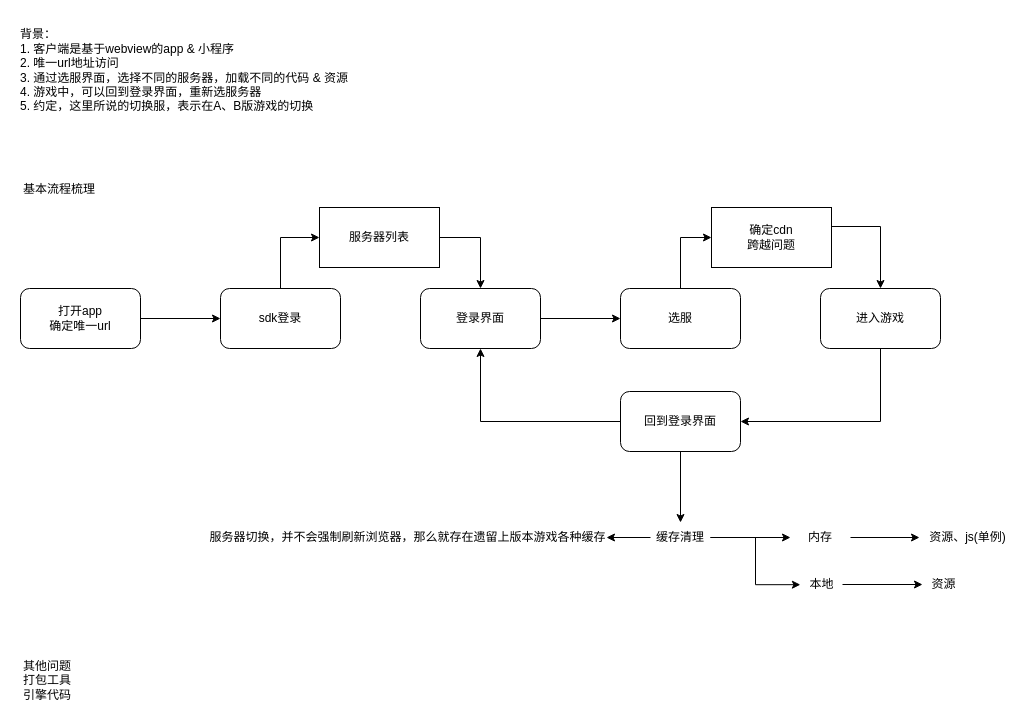
breezerzxq/Diagram keeps this draw.io diagram as page "融合代码" (3 of 3) of aigc/aigc.drawio. Above is the earlier version. Source tidied: cells renumbered, new cells numbered last; positions are measured from the earlier drawing's top-left corner, leaving out a move shared by most shapes. Both pictures are drawn from the tidied source at 100%, with x=0, y=0 at pixel (18, 21).
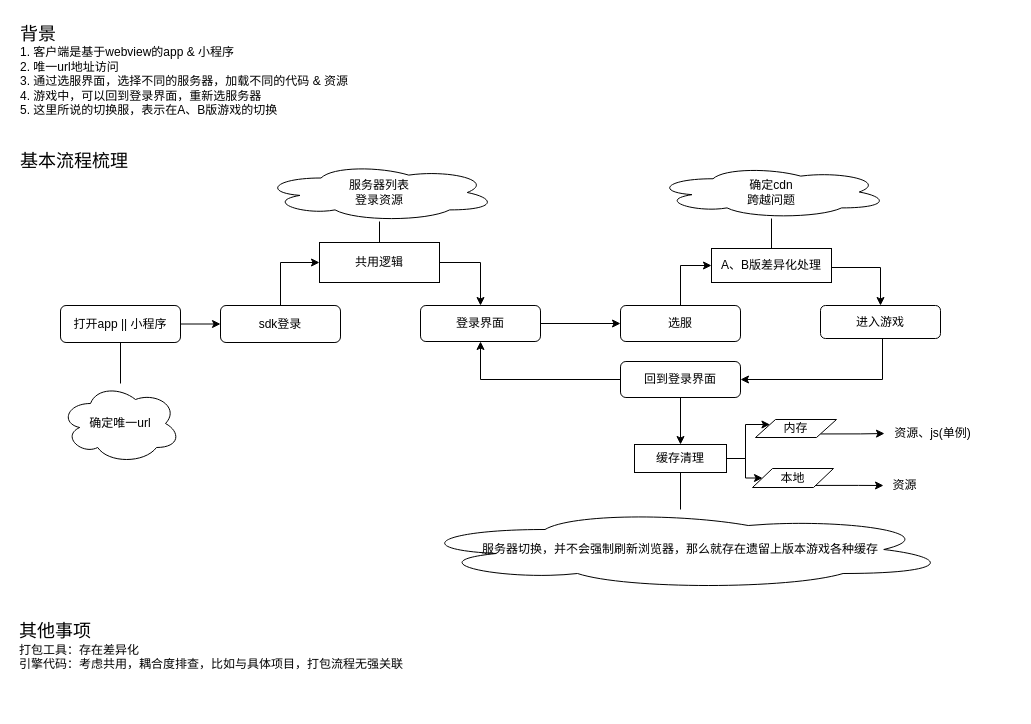
Above is the later version.

The edit, as a diff of the source:
```diff
@@
-    <mxCell id="2" value="背景：&lt;br&gt;&lt;div&gt;1. 客户端是基于webview的app &amp;amp; 小程序&lt;/div&gt;&lt;div&gt;2. 唯一url地址访问&lt;/div&gt;&lt;div&gt;3. 通过选服界面，选择不同的服务器，加载不同的代码 &amp;amp; 资源&lt;/div&gt;&lt;div&gt;4. 游戏中，可以回到登录界面，重新选服务器&lt;/div&gt;&lt;div&gt;5. 约定，这里所说的切换服，表示在A、B版游戏的切换&lt;/div&gt;" style="text;html=1;align=left;verticalAlign=middle;strokeColor=none;fillColor=none;" parent="1" vertex="1">
-      <mxGeometry width="346" height="98" as="geometry" />
+    <mxCell id="2" value="&lt;font style=&quot;font-size: 18px;&quot;&gt;背景&lt;/font&gt;&lt;br&gt;&lt;div&gt;1. 客户端是基于webview的app &amp;amp; 小程序&lt;/div&gt;&lt;div&gt;2. 唯一url地址访问&lt;/div&gt;&lt;div&gt;3. 通过选服界面，选择不同的服务器，加载不同的代码 &amp;amp; 资源&lt;/div&gt;&lt;div&gt;4. 游戏中，可以回到登录界面，重新选服务器&lt;/div&gt;&lt;div&gt;5. 这里所说的切换服，表示在A、B版游戏的切换&lt;/div&gt;" style="text;html=1;align=left;verticalAlign=middle;strokeColor=none;fillColor=none;" parent="1" vertex="1">
+      <mxGeometry y="-4" width="346" height="106" as="geometry" />
     </mxCell>
-    <mxCell id="3" value="基本流程梳理" style="text;html=1;align=left;verticalAlign=middle;strokeColor=none;fillColor=none;" parent="1" vertex="1">
-      <mxGeometry x="3" y="155" width="90" height="26" as="geometry" />
+    <mxCell id="3" value="&lt;font style=&quot;font-size: 18px;&quot;&gt;基本流程梳理&lt;/font&gt;" style="text;html=1;align=left;verticalAlign=middle;strokeColor=none;fillColor=none;" parent="1" vertex="1">
+      <mxGeometry y="123" width="126" height="34" as="geometry" />
     </mxCell>
@@
+    <mxCell id="33" style="edgeStyle=orthogonalEdgeStyle;rounded=0;jettySize=auto;html=1;endArrow=none;endFill=0;" parent="1" edge="1" source="5" target="36">
+      <mxGeometry relative="1" as="geometry" />
+    </mxCell>
-    <mxCell id="5" value="打开app&lt;br&gt;确定唯一url" style="rounded=1;whiteSpace=wrap;html=1;" parent="1" vertex="1">
-      <mxGeometry x="2" y="267" width="120" height="60" as="geometry" />
+    <mxCell id="5" value="打开app || 小程序" style="rounded=1;whiteSpace=wrap;html=1;" parent="1" vertex="1">
+      <mxGeometry x="42" y="284" width="120" height="37" as="geometry" />
     </mxCell>
@@
     <mxCell id="7" value="sdk登录" style="whiteSpace=wrap;html=1;rounded=1;" parent="1" vertex="1">
-      <mxGeometry x="202" y="267" width="120" height="60" as="geometry" />
+      <mxGeometry x="202" y="284" width="120" height="37" as="geometry" />
     </mxCell>
@@
     <mxCell id="9" value="登录界面" style="whiteSpace=wrap;html=1;rounded=1;" parent="1" vertex="1">
-      <mxGeometry x="402" y="267" width="120" height="60" as="geometry" />
+      <mxGeometry x="402" y="284" width="120" height="36" as="geometry" />
     </mxCell>
@@
     <mxCell id="11" value="选服" style="whiteSpace=wrap;html=1;rounded=1;" parent="1" vertex="1">
-      <mxGeometry x="602" y="267" width="120" height="60" as="geometry" />
+      <mxGeometry x="602" y="284" width="120" height="36" as="geometry" />
     </mxCell>
     <mxCell id="12" style="edgeStyle=orthogonalEdgeStyle;rounded=0;jettySize=auto;html=1;entryX=1;entryY=0.5;entryDx=0;entryDy=0;" parent="1" edge="1" source="13" target="16">
       <mxGeometry relative="1" as="geometry">
         <Array as="points">
-          <mxPoint x="862" y="400" />
+          <mxPoint x="864" y="358" />
         </Array>
       </mxGeometry>
     </mxCell>
     <mxCell id="13" value="进入游戏" style="whiteSpace=wrap;html=1;rounded=1;" parent="1" vertex="1">
-      <mxGeometry x="802" y="267" width="120" height="60" as="geometry" />
+      <mxGeometry x="802" y="284" width="120" height="33" as="geometry" />
     </mxCell>
@@
     <mxCell id="16" value="回到登录界面" style="whiteSpace=wrap;html=1;rounded=1;" parent="1" vertex="1">
-      <mxGeometry x="602" y="370" width="120" height="60" as="geometry" />
+      <mxGeometry x="602" y="340" width="120" height="36" as="geometry" />
     </mxCell>
-    <mxCell id="17" style="edgeStyle=orthogonalEdgeStyle;rounded=0;jettySize=auto;html=1;" parent="1" edge="1" source="19" target="21">
-      <mxGeometry relative="1" as="geometry" />
-    </mxCell>
-    <mxCell id="18" style="edgeStyle=orthogonalEdgeStyle;rounded=0;jettySize=auto;html=1;" parent="1" edge="1" source="19" target="27">
+    <mxCell id="18" style="edgeStyle=orthogonalEdgeStyle;rounded=0;jettySize=auto;html=1;endArrow=none;endFill=0;" parent="1" edge="1" source="19" target="27">
       <mxGeometry relative="1" as="geometry" />
     </mxCell>
-    <mxCell id="19" value="缓存清理" style="text;html=1;align=center;verticalAlign=middle;whiteSpace=wrap;rounded=0;" parent="1" vertex="1">
-      <mxGeometry x="632" y="501" width="60" height="30" as="geometry" />
-    </mxCell>
-    <mxCell id="20" style="edgeStyle=orthogonalEdgeStyle;rounded=0;jettySize=auto;html=1;" parent="1" edge="1" source="21" target="26">
+    <mxCell id="20" style="edgeStyle=orthogonalEdgeStyle;rounded=0;jettySize=auto;html=1;exitX=1;exitY=1;exitDx=0;exitDy=0;" parent="1" edge="1" source="21" target="26">
       <mxGeometry relative="1" as="geometry" />
     </mxCell>
-    <mxCell id="21" value="内存" style="text;html=1;align=center;verticalAlign=middle;whiteSpace=wrap;rounded=0;" parent="1" vertex="1">
-      <mxGeometry x="772" y="501" width="60" height="30" as="geometry" />
-    </mxCell>
-    <mxCell id="22" style="edgeStyle=orthogonalEdgeStyle;rounded=0;jettySize=auto;html=1;" parent="1" edge="1" source="23" target="25">
+    <mxCell id="22" style="edgeStyle=orthogonalEdgeStyle;rounded=0;jettySize=auto;html=1;exitX=0.665;exitY=0.891;exitDx=0;exitDy=0;exitPerimeter=0;" parent="1" edge="1" source="23" target="25">
       <mxGeometry relative="1" as="geometry" />
     </mxCell>
-    <mxCell id="23" value="本地" style="text;html=1;align=center;verticalAlign=middle;points=[];strokeColor=none;fillColor=none;" parent="1" vertex="1">
-      <mxGeometry x="782" y="550" width="42" height="26" as="geometry" />
-    </mxCell>
-    <mxCell id="24" style="edgeStyle=orthogonalEdgeStyle;rounded=0;jettySize=auto;html=1;entryX=-0.003;entryY=0.507;entryDx=0;entryDy=0;entryPerimeter=0;" parent="1" edge="1" source="19" target="23">
-      <mxGeometry relative="1" as="geometry" />
-    </mxCell>
     <mxCell id="25" value="资源" style="text;html=1;align=center;verticalAlign=middle;points=[];strokeColor=none;fillColor=none;" parent="1" vertex="1">
-      <mxGeometry x="904" y="550" width="42" height="26" as="geometry" />
+      <mxGeometry x="865" y="451" width="42" height="26" as="geometry" />
     </mxCell>
     <mxCell id="26" value="资源、js(单例)" style="text;html=1;align=center;verticalAlign=middle;points=[];strokeColor=none;fillColor=none;" parent="1" vertex="1">
-      <mxGeometry x="901" y="503" width="95" height="26" as="geometry" />
+      <mxGeometry x="866" y="399" width="95" height="26" as="geometry" />
     </mxCell>
-    <mxCell id="27" value="&lt;span style=&quot;text-align: left; text-wrap-mode: nowrap;&quot;&gt;服务器切换，并不会强制刷新浏览器，那么就存在遗留上版本游戏各种缓存&lt;/span&gt;" style="text;html=1;align=center;verticalAlign=middle;whiteSpace=wrap;rounded=0;" parent="1" vertex="1">
-      <mxGeometry x="191" y="501" width="397" height="30" as="geometry" />
-    </mxCell>
     <mxCell id="28" style="edgeStyle=orthogonalEdgeStyle;rounded=0;jettySize=auto;html=1;" parent="1" edge="1" source="29" target="13">
       <mxGeometry relative="1" as="geometry">
         <Array as="points">
-          <mxPoint x="862" y="205" />
+          <mxPoint x="862" y="246" />
         </Array>
       </mxGeometry>
     </mxCell>
+    <mxCell id="34" style="edgeStyle=orthogonalEdgeStyle;rounded=0;jettySize=auto;html=1;endArrow=none;endFill=0;" parent="1" edge="1" source="29" target="37">
+      <mxGeometry relative="1" as="geometry" />
+    </mxCell>
-    <mxCell id="29" value="确定cdn&lt;br&gt;跨越问题" style="whiteSpace=wrap;html=1;" parent="1" vertex="1">
-      <mxGeometry x="693" y="186" width="120" height="60" as="geometry" />
+    <mxCell id="29" value="A、B版差异化处理" style="whiteSpace=wrap;html=1;" parent="1" vertex="1">
+      <mxGeometry x="693" y="227" width="120" height="34" as="geometry" />
     </mxCell>
     <mxCell id="30" style="edgeStyle=orthogonalEdgeStyle;rounded=0;jettySize=auto;html=1;" parent="1" edge="1" source="31" target="9">
       <mxGeometry relative="1" as="geometry">
         <Array as="points">
-          <mxPoint x="462" y="216" />
+          <mxPoint x="462" y="241" />
         </Array>
       </mxGeometry>
     </mxCell>
+    <mxCell id="35" style="edgeStyle=orthogonalEdgeStyle;rounded=0;jettySize=auto;html=1;endArrow=none;endFill=0;" parent="1" edge="1" source="31" target="38">
+      <mxGeometry relative="1" as="geometry" />
+    </mxCell>
-    <mxCell id="31" value="服务器列表" style="whiteSpace=wrap;html=1;" parent="1" vertex="1">
-      <mxGeometry x="301" y="186" width="120" height="60" as="geometry" />
+    <mxCell id="31" value="共用逻辑" style="whiteSpace=wrap;html=1;" parent="1" vertex="1">
+      <mxGeometry x="301" y="221" width="120" height="40" as="geometry" />
     </mxCell>
-    <mxCell id="32" value="其他问题&lt;br&gt;打包工具&lt;div&gt;引擎代码&lt;/div&gt;" style="text;html=1;align=left;verticalAlign=middle;strokeColor=none;fillColor=none;" parent="1" vertex="1">
-      <mxGeometry x="3" y="631" width="66" height="55" as="geometry" />
+    <mxCell id="32" value="&lt;font style=&quot;font-size: 18px;&quot;&gt;其他事项&lt;/font&gt;&lt;br&gt;打包工具：存在差异化&lt;div&gt;引擎代码：考虑共用，耦合度排查，比如与具体项目，打包流程无强关联&lt;/div&gt;" style="text;html=1;align=left;verticalAlign=middle;strokeColor=none;fillColor=none;" parent="1" vertex="1">
+      <mxGeometry x="-1" y="594" width="402" height="62" as="geometry" />
     </mxCell>
+    <mxCell id="27" value="&lt;span style=&quot;text-align: left; text-wrap-mode: nowrap;&quot;&gt;服务器切换，并不会强制刷新浏览器，那么就存在遗留上版本游戏各种缓存&lt;/span&gt;" style="ellipse;shape=cloud;whiteSpace=wrap;html=1;" parent="1" vertex="1">
+      <mxGeometry x="391" y="488" width="542" height="80" as="geometry" />
+    </mxCell>
+    <mxCell id="36" value="确定唯一url" style="ellipse;shape=cloud;whiteSpace=wrap;html=1;" parent="1" vertex="1">
+      <mxGeometry x="42" y="362" width="120" height="80" as="geometry" />
+    </mxCell>
+    <mxCell id="37" value="确定cdn&lt;br&gt;跨越问题" style="ellipse;shape=cloud;whiteSpace=wrap;html=1;" parent="1" vertex="1">
+      <mxGeometry x="636" y="144" width="234" height="53" as="geometry" />
+    </mxCell>
+    <mxCell id="38" value="服务器列表&lt;div&gt;登录资源&lt;/div&gt;" style="ellipse;shape=cloud;whiteSpace=wrap;html=1;" parent="1" vertex="1">
+      <mxGeometry x="244" y="142" width="234" height="58" as="geometry" />
+    </mxCell>
+    <mxCell id="17" style="edgeStyle=orthogonalEdgeStyle;rounded=0;jettySize=auto;html=1;" parent="1" edge="1" source="19" target="21">
+      <mxGeometry relative="1" as="geometry">
+        <Array as="points">
+          <mxPoint x="727" y="437" />
+          <mxPoint x="727" y="403" />
+        </Array>
+      </mxGeometry>
+    </mxCell>
+    <mxCell id="24" style="edgeStyle=orthogonalEdgeStyle;rounded=0;jettySize=auto;html=1;entryX=0;entryY=0.5;entryDx=0;entryDy=0;" parent="1" edge="1" source="19" target="23">
+      <mxGeometry relative="1" as="geometry">
+        <Array as="points">
+          <mxPoint x="727" y="437" />
+          <mxPoint x="727" y="457" />
+        </Array>
+      </mxGeometry>
+    </mxCell>
+    <mxCell id="19" value="缓存清理" style="rounded=0;whiteSpace=wrap;html=1;" parent="1" vertex="1">
+      <mxGeometry x="616" y="423" width="92" height="28" as="geometry" />
+    </mxCell>
+    <mxCell id="21" value="内存" style="shape=parallelogram;perimeter=parallelogramPerimeter;whiteSpace=wrap;html=1;fixedSize=1;" parent="1" vertex="1">
+      <mxGeometry x="737" y="398" width="81" height="18" as="geometry" />
+    </mxCell>
+    <mxCell id="23" value="&lt;span style=&quot;text-wrap-mode: nowrap;&quot;&gt;本地&lt;/span&gt;" style="shape=parallelogram;perimeter=parallelogramPerimeter;whiteSpace=wrap;html=1;fixedSize=1;" parent="1" vertex="1">
+      <mxGeometry x="734" y="447" width="81" height="19" as="geometry" />
+    </mxCell>
```
